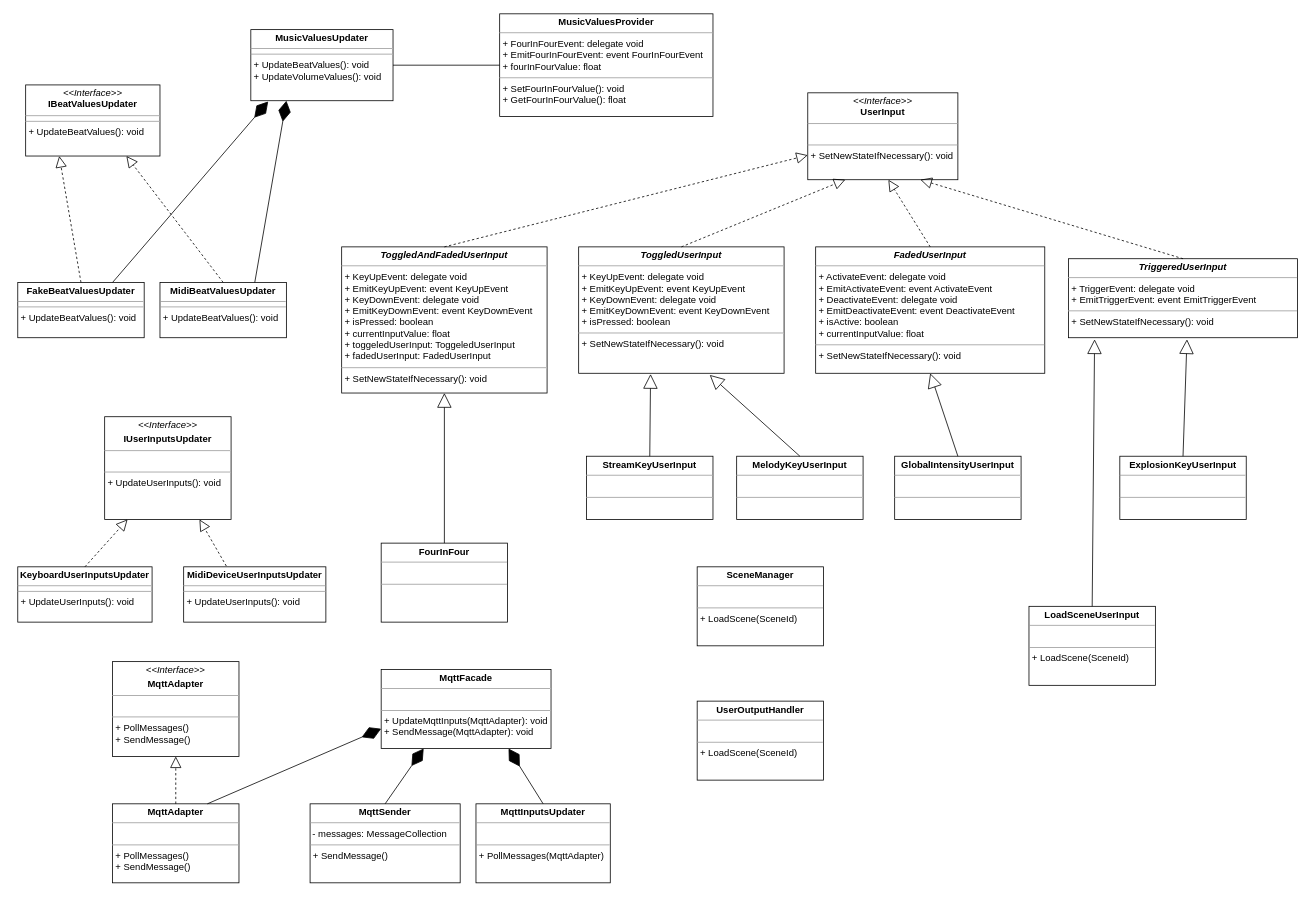
Earlier version of the draw.io diagram user_music_input_architecture.drawio (brogli/realtime-audioreactive-music-visualization). Source tidied: cells renumbered, new cells numbered last; positions are measured from the earlier drawing's top-left corner, leaving out a move shared by most shapes. Both pictures are drawn from the tidied source at 79%, with x=0, y=0 at pixel (17, 13).
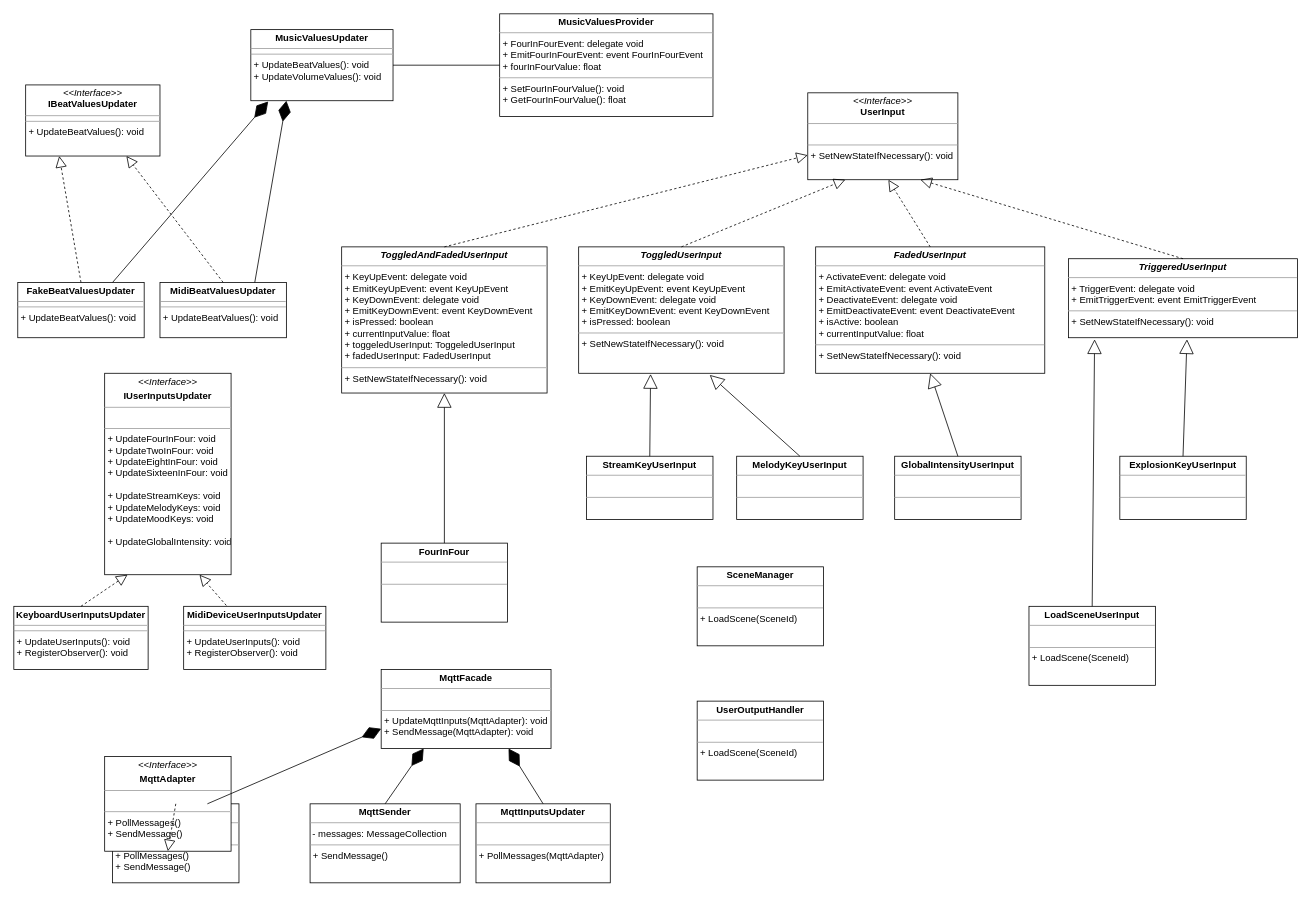
The same diagram, later.

What changed in the source:
```diff
@@
-    <mxCell id="12" value="&lt;p style=&quot;margin: 0px ; margin-top: 4px ; text-align: center&quot;&gt;&lt;i&gt;&amp;lt;&amp;lt;Interface&amp;gt;&amp;gt;&lt;/i&gt;&lt;/p&gt;&lt;p style=&quot;margin: 0px ; margin-top: 4px ; text-align: center&quot;&gt;&lt;b&gt;IUserInputsUpdater&lt;/b&gt;&lt;/p&gt;&lt;hr size=&quot;1&quot;&gt;&lt;p style=&quot;margin: 0px ; margin-left: 4px&quot;&gt;&lt;br&gt;&lt;/p&gt;&lt;hr size=&quot;1&quot;&gt;&lt;p style=&quot;margin: 0px ; margin-left: 4px&quot;&gt;+ UpdateUserInputs(): void&lt;br&gt;&lt;/p&gt;" style="verticalAlign=top;align=left;overflow=fill;fontSize=12;fontFamily=Helvetica;html=1;" parent="1" vertex="1">
-      <mxGeometry x="110" y="510" width="160" height="130" as="geometry" />
+    <mxCell id="12" value="&lt;p style=&quot;margin: 0px ; margin-top: 4px ; text-align: center&quot;&gt;&lt;i&gt;&amp;lt;&amp;lt;Interface&amp;gt;&amp;gt;&lt;/i&gt;&lt;/p&gt;&lt;p style=&quot;margin: 0px ; margin-top: 4px ; text-align: center&quot;&gt;&lt;b&gt;IUserInputsUpdater&lt;/b&gt;&lt;/p&gt;&lt;hr size=&quot;1&quot;&gt;&lt;p style=&quot;margin: 0px ; margin-left: 4px&quot;&gt;&lt;br&gt;&lt;/p&gt;&lt;hr size=&quot;1&quot;&gt;&lt;p style=&quot;margin: 0px ; margin-left: 4px&quot;&gt;+ UpdateFourInFour: void&lt;/p&gt;&lt;p style=&quot;margin: 0px ; margin-left: 4px&quot;&gt;+ UpdateTwoInFour: void&lt;/p&gt;&lt;p style=&quot;margin: 0px ; margin-left: 4px&quot;&gt;+ UpdateEightInFour: void&lt;/p&gt;&lt;p style=&quot;margin: 0px ; margin-left: 4px&quot;&gt;+ UpdateSixteenInFour: void&lt;br&gt;&lt;/p&gt;&lt;p style=&quot;margin: 0px ; margin-left: 4px&quot;&gt;&lt;br&gt;&lt;/p&gt;&lt;p style=&quot;margin: 0px ; margin-left: 4px&quot;&gt;+ UpdateStreamKeys: void&lt;/p&gt;&lt;p style=&quot;margin: 0px ; margin-left: 4px&quot;&gt;+ UpdateMelodyKeys: void&lt;/p&gt;&lt;p style=&quot;margin: 0px ; margin-left: 4px&quot;&gt;+ UpdateMoodKeys: void&lt;/p&gt;&lt;p style=&quot;margin: 0px ; margin-left: 4px&quot;&gt;&lt;br&gt;&lt;/p&gt;&lt;p style=&quot;margin: 0px ; margin-left: 4px&quot;&gt;+ UpdateGlobalIntensity: void&lt;/p&gt;&lt;p style=&quot;margin: 0px ; margin-left: 4px&quot;&gt;&lt;br&gt;&lt;/p&gt;&lt;p style=&quot;margin: 0px ; margin-left: 4px&quot;&gt;&lt;br&gt;&lt;/p&gt;" style="verticalAlign=top;align=left;overflow=fill;fontSize=12;fontFamily=Helvetica;html=1;" parent="1" vertex="1">
+      <mxGeometry x="110" y="455" width="160" height="255" as="geometry" />
     </mxCell>
@@
-    <mxCell id="18" value="&lt;p style=&quot;margin: 0px ; margin-top: 4px ; text-align: center&quot;&gt;&lt;b&gt;KeyboardUserInputsUpdater&lt;/b&gt;&lt;br&gt;&lt;/p&gt;&lt;hr size=&quot;1&quot;&gt;&lt;hr size=&quot;1&quot;&gt;&lt;p style=&quot;margin: 0px ; margin-left: 4px&quot;&gt;+ UpdateUserInputs(): void&lt;/p&gt;" style="verticalAlign=top;align=left;overflow=fill;fontSize=12;fontFamily=Helvetica;html=1;" parent="1" vertex="1">
-      <mxGeometry y="700" width="170" height="70" as="geometry" />
+    <mxCell id="18" value="&lt;p style=&quot;margin: 0px ; margin-top: 4px ; text-align: center&quot;&gt;&lt;b&gt;KeyboardUserInputsUpdater&lt;/b&gt;&lt;br&gt;&lt;/p&gt;&lt;hr size=&quot;1&quot;&gt;&lt;hr size=&quot;1&quot;&gt;&lt;p style=&quot;margin: 0px ; margin-left: 4px&quot;&gt;+ UpdateUserInputs(): void&lt;/p&gt;&lt;p style=&quot;margin: 0px ; margin-left: 4px&quot;&gt;+ RegisterObserver(): void&lt;/p&gt;&lt;p style=&quot;margin: 0px ; margin-left: 4px&quot;&gt;&lt;br&gt;&lt;/p&gt;" style="verticalAlign=top;align=left;overflow=fill;fontSize=12;fontFamily=Helvetica;html=1;" parent="1" vertex="1">
+      <mxGeometry x="-5" y="750" width="170" height="80" as="geometry" />
     </mxCell>
@@
-    <mxCell id="20" value="&lt;p style=&quot;margin: 0px ; margin-top: 4px ; text-align: center&quot;&gt;&lt;b&gt;MidiDeviceUserInputsUpdater&lt;/b&gt;&lt;br&gt;&lt;/p&gt;&lt;hr size=&quot;1&quot;&gt;&lt;hr size=&quot;1&quot;&gt;&lt;p style=&quot;margin: 0px ; margin-left: 4px&quot;&gt;+ UpdateUserInputs(): void&lt;/p&gt;" style="verticalAlign=top;align=left;overflow=fill;fontSize=12;fontFamily=Helvetica;html=1;" parent="1" vertex="1">
-      <mxGeometry x="210" y="700" width="180" height="70" as="geometry" />
+    <mxCell id="20" value="&lt;p style=&quot;margin: 0px ; margin-top: 4px ; text-align: center&quot;&gt;&lt;b&gt;MidiDeviceUserInputsUpdater&lt;/b&gt;&lt;br&gt;&lt;/p&gt;&lt;hr size=&quot;1&quot;&gt;&lt;hr size=&quot;1&quot;&gt;&lt;p style=&quot;margin: 0px ; margin-left: 4px&quot;&gt;+ UpdateUserInputs(): void&lt;/p&gt;&lt;p style=&quot;margin: 0px ; margin-left: 4px&quot;&gt;+ RegisterObserver(): void&lt;/p&gt;" style="verticalAlign=top;align=left;overflow=fill;fontSize=12;fontFamily=Helvetica;html=1;" parent="1" vertex="1">
+      <mxGeometry x="210" y="750" width="180" height="80" as="geometry" />
     </mxCell>
@@
     <mxCell id="42" value="&lt;p style=&quot;margin: 0px ; margin-top: 4px ; text-align: center&quot;&gt;&lt;i&gt;&amp;lt;&amp;lt;Interface&amp;gt;&amp;gt;&lt;/i&gt;&lt;b&gt;&lt;br&gt;&lt;/b&gt;&lt;/p&gt;&lt;p style=&quot;margin: 0px ; margin-top: 4px ; text-align: center&quot;&gt;&lt;b&gt;MqttAdapter&lt;/b&gt;&lt;br&gt;&lt;/p&gt;&lt;hr size=&quot;1&quot;&gt;&lt;br&gt;&lt;hr size=&quot;1&quot;&gt;&lt;p style=&quot;margin: 0px ; margin-left: 4px&quot;&gt;+ PollMessages()&lt;/p&gt;&lt;p style=&quot;margin: 0px ; margin-left: 4px&quot;&gt;+ SendMessage()&lt;br&gt;&lt;/p&gt;" style="verticalAlign=top;align=left;overflow=fill;fontSize=12;fontFamily=Helvetica;html=1;" parent="1" vertex="1">
-      <mxGeometry x="120" y="820" width="160" height="120" as="geometry" />
+      <mxGeometry x="110" y="940" width="160" height="120" as="geometry" />
     </mxCell>
```
